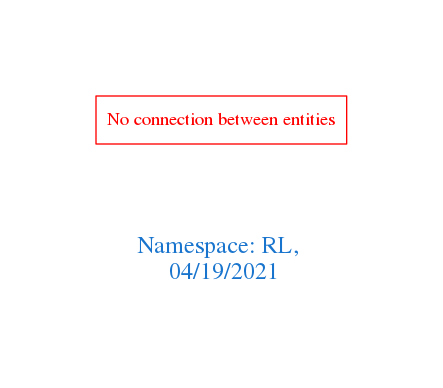
arago/OGIT keeps this Graphviz diagram as downloads/RL.png. Above is the earlier version. Its source is kept beside it as downloads/RL.dot.
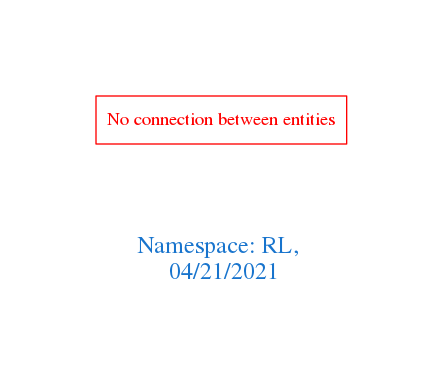
Above is the later version.

Diff of the diagram source:
```diff
@@ -1,7 +1,7 @@
 digraph OGIT_ontology {
  graph [ rankdir= LR,pad=1
 fontsize = 18,
-fontcolor= dodgerblue3,label = "\n\n\nNamespace: RL, \n 04/19/2021"];
+fontcolor= dodgerblue3,label = "\n\n\nNamespace: RL, \n 04/21/2021"];
 node[shape=polygon];
 edge [  color="gray81"];
 
```
